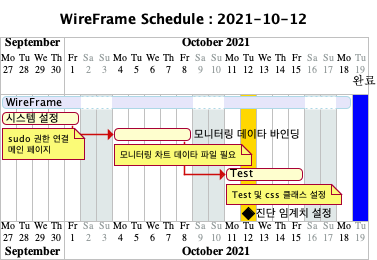
Above: static/schedule.png in shallbe40d/django-skel (PlantUML), before the change.
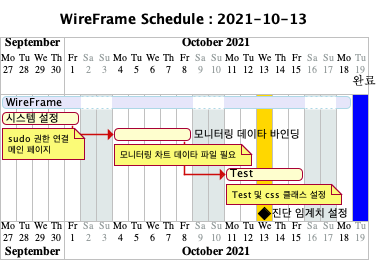
After the change.

Diff of the diagram source:
```diff
@@ -34,7 +34,5 @@
 2021-10-19 to 2021-10-19 are colored in blue
 $today to $today are colored in gold
 [진단 임계치 설정] happens at $today
-note bottom
 
-end note
 @enduml
```
